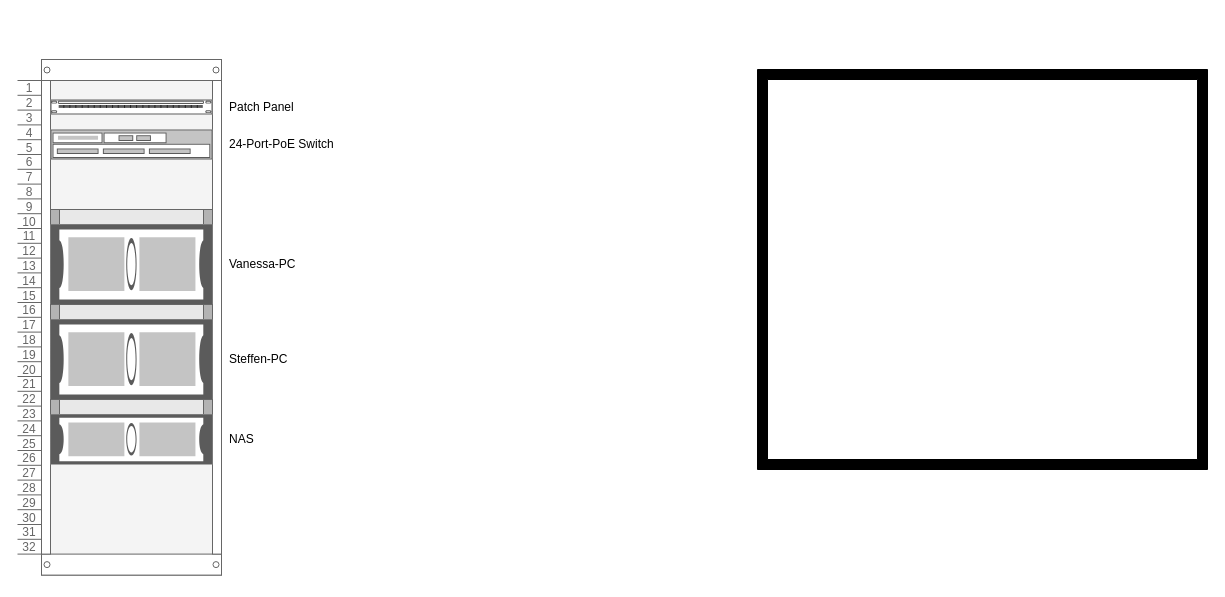
This is Homelab.drawio from nerdboxx/draw.io, a draw.io file, before an edit. Source tidied: cells renumbered, new cells numbered last; positions are measured from the earlier drawing's top-left corner, leaving out a move shared by most shapes. Both pictures are drawn from the tidied source at 100%, with x=0, y=0 at pixel (17, 59).
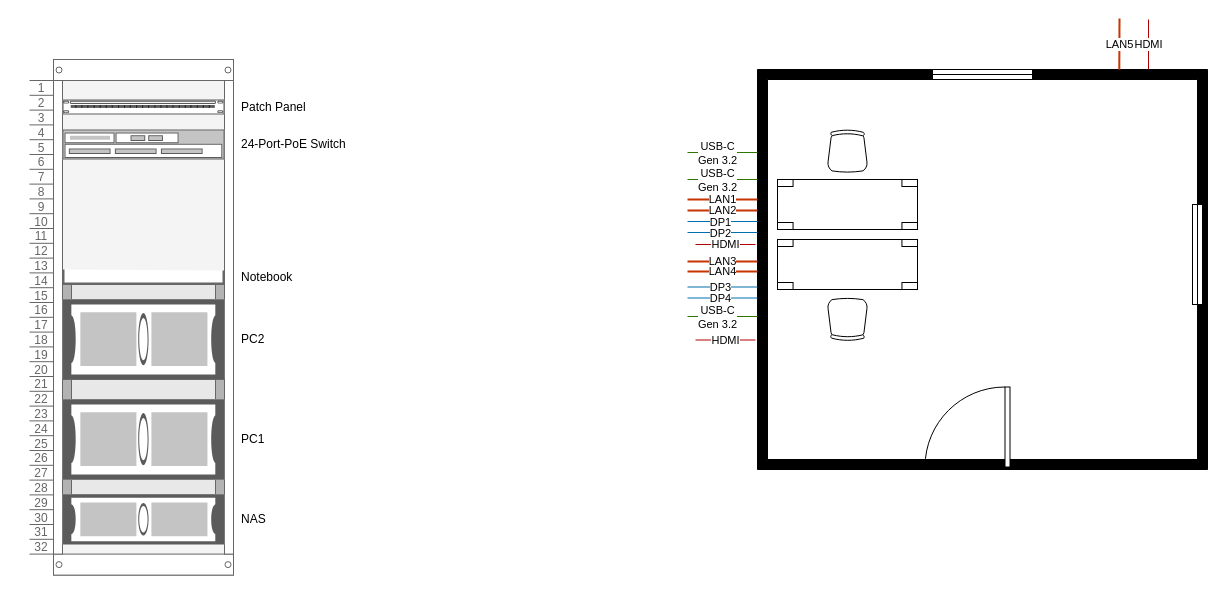
The same diagram, later.

What changed in the source:
```diff
@@
     <mxCell id="2" style="strokeColor=#666666;html=1;verticalLabelPosition=bottom;labelBackgroundColor=#ffffff;verticalAlign=top;shadow=0;dashed=0;shape=mxgraph.rackGeneral.rackCabinet3;fillColor2=#f4f4f4;allowGaps=1;textColor=#666666;numDisp=ascend;" parent="1" vertex="1">
-      <mxGeometry width="204" height="520" as="geometry" />
+      <mxGeometry x="12" width="204" height="520" as="geometry" />
     </mxCell>
@@
+    <mxCell id="12" value="Notebook" style="strokeColor=#666666;html=1;labelPosition=right;align=left;spacingLeft=15;shadow=0;dashed=0;shape=mxgraph.rackGeneral.shelf;" parent="2" vertex="1">
+      <mxGeometry x="33" y="210" width="162" height="15" as="geometry" />
+    </mxCell>
     <mxCell id="5" style="strokeColor=#666666;html=1;labelPosition=right;align=left;spacingLeft=15;shadow=0;dashed=0;shape=mxgraph.rackGeneral.plate;fillColor=#e8e8e8;" parent="2" vertex="1">
-      <mxGeometry x="33" y="150" width="162" height="15" as="geometry" />
+      <mxGeometry x="33" y="225" width="162" height="15" as="geometry" />
     </mxCell>
-    <mxCell id="6" value="Vanessa-PC" style="strokeColor=#666666;html=1;labelPosition=right;align=left;spacingLeft=15;shadow=0;dashed=0;shape=mxgraph.rack.general.1u_rack_server;" parent="2" vertex="1">
-      <mxGeometry x="33" y="165" width="162" height="80" as="geometry" />
+    <mxCell id="6" value="PC2" style="strokeColor=#666666;html=1;labelPosition=right;align=left;spacingLeft=15;shadow=0;dashed=0;shape=mxgraph.rack.general.1u_rack_server;" parent="2" vertex="1">
+      <mxGeometry x="33" y="240" width="162" height="80" as="geometry" />
     </mxCell>
+    <mxCell id="9" style="strokeColor=#666666;html=1;labelPosition=right;align=left;spacingLeft=15;shadow=0;dashed=0;shape=mxgraph.rackGeneral.plate;fillColor=#e8e8e8;" parent="2" vertex="1">
+      <mxGeometry x="33" y="420" width="162" height="15" as="geometry" />
+    </mxCell>
     <mxCell id="7" style="strokeColor=#666666;html=1;labelPosition=right;align=left;spacingLeft=15;shadow=0;dashed=0;shape=mxgraph.rackGeneral.plate;fillColor=#e8e8e8;" parent="2" vertex="1">
-      <mxGeometry x="33" y="245" width="162" height="15" as="geometry" />
+      <mxGeometry x="33" y="320" width="162" height="20" as="geometry" />
     </mxCell>
-    <mxCell id="8" value="Steffen-PC" style="strokeColor=#666666;html=1;labelPosition=right;align=left;spacingLeft=15;shadow=0;dashed=0;shape=mxgraph.rack.general.1u_rack_server;" parent="2" vertex="1">
-      <mxGeometry x="33" y="260" width="162" height="80" as="geometry" />
+    <mxCell id="8" value="PC1" style="strokeColor=#666666;html=1;labelPosition=right;align=left;spacingLeft=15;shadow=0;dashed=0;shape=mxgraph.rack.general.1u_rack_server;" parent="2" vertex="1">
+      <mxGeometry x="33" y="340" width="162" height="80" as="geometry" />
     </mxCell>
-    <mxCell id="9" style="strokeColor=#666666;html=1;labelPosition=right;align=left;spacingLeft=15;shadow=0;dashed=0;shape=mxgraph.rackGeneral.plate;fillColor=#e8e8e8;" parent="2" vertex="1">
-      <mxGeometry x="33" y="340" width="162" height="15" as="geometry" />
-    </mxCell>
     <mxCell id="10" value="NAS" style="strokeColor=#666666;html=1;labelPosition=right;align=left;spacingLeft=15;shadow=0;dashed=0;shape=mxgraph.rack.general.1u_rack_server;" parent="2" vertex="1">
-      <mxGeometry x="33" y="355" width="162" height="50" as="geometry" />
+      <mxGeometry x="33" y="435" width="162" height="50" as="geometry" />
     </mxCell>
@@
+    <mxCell id="13" style="verticalLabelPosition=bottom;html=1;verticalAlign=top;align=center;shape=mxgraph.floorplan.doorRight;rotation=90;" parent="1" vertex="1">
+      <mxGeometry x="910" y="325" width="80" height="85" as="geometry" />
+    </mxCell>
+    <mxCell id="14" style="verticalLabelPosition=bottom;html=1;verticalAlign=top;align=center;shape=mxgraph.floorplan.window;" parent="1" vertex="1">
+      <mxGeometry x="915" y="10" width="100" height="10" as="geometry" />
+    </mxCell>
+    <mxCell id="15" style="verticalLabelPosition=bottom;html=1;verticalAlign=top;align=center;shape=mxgraph.floorplan.window;rotation=90;" parent="1" vertex="1">
+      <mxGeometry x="1130" y="190" width="100" height="10" as="geometry" />
+    </mxCell>
+    <mxCell id="16" style="verticalLabelPosition=bottom;html=1;verticalAlign=top;align=center;shape=mxgraph.floorplan.table;" parent="1" vertex="1">
+      <mxGeometry x="760" y="120" width="140" height="50" as="geometry" />
+    </mxCell>
+    <mxCell id="17" style="verticalLabelPosition=bottom;html=1;verticalAlign=top;align=center;shape=mxgraph.floorplan.table;rotation=-180;" parent="1" vertex="1">
+      <mxGeometry x="760" y="180" width="140" height="50" as="geometry" />
+    </mxCell>
+    <mxCell id="18" style="verticalLabelPosition=bottom;html=1;verticalAlign=top;align=center;shape=mxgraph.floorplan.office_chair;" parent="1" vertex="1">
+      <mxGeometry x="810" y="70" width="40" height="43" as="geometry" />
+    </mxCell>
+    <mxCell id="19" style="verticalLabelPosition=bottom;html=1;verticalAlign=top;align=center;shape=mxgraph.floorplan.office_chair;rotation=-180;" parent="1" vertex="1">
+      <mxGeometry x="810" y="238.5" width="40" height="43" as="geometry" />
+    </mxCell>
+    <mxCell id="20" value="LAN1" style="endArrow=none;html=1;rounded=0;fillColor=#fa6800;strokeColor=#C73500;strokeWidth=2;" parent="1" edge="1">
+      <mxGeometry relative="1" as="geometry">
+        <mxPoint x="670" y="140" as="sourcePoint" />
+        <mxPoint x="740" y="140" as="targetPoint" />
+      </mxGeometry>
+    </mxCell>
+    <mxCell id="21" value="LAN2" style="endArrow=none;html=1;rounded=0;fillColor=#fa6800;strokeColor=#C73500;strokeWidth=2;" parent="1" edge="1">
+      <mxGeometry relative="1" as="geometry">
+        <mxPoint x="670" y="151" as="sourcePoint" />
+        <mxPoint x="740" y="151" as="targetPoint" />
+      </mxGeometry>
+    </mxCell>
+    <mxCell id="22" value="LAN3" style="endArrow=none;html=1;rounded=0;fillColor=#fa6800;strokeColor=#C73500;strokeWidth=2;" parent="1" edge="1">
+      <mxGeometry relative="1" as="geometry">
+        <mxPoint x="670" y="202" as="sourcePoint" />
+        <mxPoint x="740" y="202" as="targetPoint" />
+      </mxGeometry>
+    </mxCell>
+    <mxCell id="23" value="LAN4" style="endArrow=none;html=1;rounded=0;fillColor=#fa6800;strokeColor=#C73500;strokeWidth=2;" parent="1" edge="1">
+      <mxGeometry relative="1" as="geometry">
+        <mxPoint x="670" y="212" as="sourcePoint" />
+        <mxPoint x="740" y="212" as="targetPoint" />
+      </mxGeometry>
+    </mxCell>
+    <mxCell id="24" value="LAN5" style="endArrow=none;html=1;rounded=0;fillColor=#fa6800;strokeColor=#C73500;strokeWidth=2;entryX=0.733;entryY=0.028;entryDx=0;entryDy=0;entryPerimeter=0;" parent="1" edge="1">
+      <mxGeometry relative="1" as="geometry">
+        <mxPoint x="1102" y="-41" as="sourcePoint" />
+        <mxPoint x="1101.8" y="10.2" as="targetPoint" />
+      </mxGeometry>
+    </mxCell>
+    <mxCell id="25" style="endArrow=none;html=1;rounded=0;fillColor=#1ba1e2;strokeColor=#006EAF;" parent="1" edge="1">
+      <mxGeometry relative="1" as="geometry">
+        <mxPoint x="670" y="162" as="sourcePoint" />
+        <mxPoint x="740" y="162" as="targetPoint" />
+      </mxGeometry>
+    </mxCell>
+    <mxCell id="26" value="DP1" style="edgeLabel;html=1;align=center;verticalAlign=middle;" parent="25" vertex="1">
+      <mxGeometry x="-0.09" relative="1" as="geometry" />
+    </mxCell>
+    <mxCell id="27" style="endArrow=none;html=1;rounded=0;fillColor=#1ba1e2;strokeColor=#006EAF;" parent="1" edge="1">
+      <mxGeometry relative="1" as="geometry">
+        <mxPoint x="670" y="173" as="sourcePoint" />
+        <mxPoint x="740" y="173" as="targetPoint" />
+      </mxGeometry>
+    </mxCell>
+    <mxCell id="28" value="DP2" style="edgeLabel;html=1;align=center;verticalAlign=middle;" parent="27" vertex="1">
+      <mxGeometry x="-0.09" relative="1" as="geometry" />
+    </mxCell>
+    <mxCell id="29" style="endArrow=none;html=1;rounded=0;fillColor=#1ba1e2;strokeColor=#006EAF;" parent="1" edge="1">
+      <mxGeometry relative="1" as="geometry">
+        <mxPoint x="670" y="227.5" as="sourcePoint" />
+        <mxPoint x="740" y="227.5" as="targetPoint" />
+      </mxGeometry>
+    </mxCell>
+    <mxCell id="30" value="DP3" style="edgeLabel;html=1;align=center;verticalAlign=middle;" parent="29" vertex="1">
+      <mxGeometry x="-0.09" relative="1" as="geometry" />
+    </mxCell>
+    <mxCell id="31" style="endArrow=none;html=1;rounded=0;fillColor=#1ba1e2;strokeColor=#006EAF;" parent="1" edge="1">
+      <mxGeometry relative="1" as="geometry">
+        <mxPoint x="670" y="238.5" as="sourcePoint" />
+        <mxPoint x="740" y="238.5" as="targetPoint" />
+      </mxGeometry>
+    </mxCell>
+    <mxCell id="32" value="DP4" style="edgeLabel;html=1;align=center;verticalAlign=middle;" parent="31" vertex="1">
+      <mxGeometry x="-0.09" relative="1" as="geometry" />
+    </mxCell>
+    <mxCell id="33" style="endArrow=none;html=1;rounded=0;fillColor=#60a917;strokeColor=#2D7600;" parent="1" edge="1">
+      <mxGeometry relative="1" as="geometry">
+        <mxPoint x="670" y="120" as="sourcePoint" />
+        <mxPoint x="740" y="120" as="targetPoint" />
+      </mxGeometry>
+    </mxCell>
+    <mxCell id="34" value="USB-C&lt;div&gt;Gen 3.2&lt;/div&gt;" style="edgeLabel;html=1;align=center;verticalAlign=middle;" parent="33" vertex="1">
+      <mxGeometry x="-0.17" relative="1" as="geometry" />
+    </mxCell>
+    <mxCell id="35" style="endArrow=none;html=1;rounded=0;fillColor=#60a917;strokeColor=#2D7600;" parent="1" edge="1">
+      <mxGeometry relative="1" as="geometry">
+        <mxPoint x="670" y="257" as="sourcePoint" />
+        <mxPoint x="740" y="257" as="targetPoint" />
+      </mxGeometry>
+    </mxCell>
+    <mxCell id="36" value="USB-C&lt;div&gt;Gen 3.2&lt;/div&gt;" style="edgeLabel;html=1;align=center;verticalAlign=middle;" parent="35" vertex="1">
+      <mxGeometry x="-0.17" relative="1" as="geometry" />
+    </mxCell>
+    <mxCell id="37" style="endArrow=none;html=1;rounded=0;fillColor=#60a917;strokeColor=#2D7600;" parent="1" edge="1">
+      <mxGeometry relative="1" as="geometry">
+        <mxPoint x="670" y="93" as="sourcePoint" />
+        <mxPoint x="740" y="93" as="targetPoint" />
+      </mxGeometry>
+    </mxCell>
+    <mxCell id="38" value="USB-C&lt;div&gt;Gen 3.2&lt;/div&gt;" style="edgeLabel;html=1;align=center;verticalAlign=middle;" parent="37" vertex="1">
+      <mxGeometry x="-0.17" relative="1" as="geometry" />
+    </mxCell>
+    <mxCell id="39" value="HDMI" style="endArrow=none;html=1;rounded=0;fillColor=#e51400;strokeColor=#B20000;" parent="1" edge="1">
+      <mxGeometry relative="1" as="geometry">
+        <mxPoint x="678" y="280.5" as="sourcePoint" />
+        <mxPoint x="738" y="280.5" as="targetPoint" />
+      </mxGeometry>
+    </mxCell>
+    <mxCell id="40" value="HDMI" style="endArrow=none;html=1;rounded=0;fillColor=#e51400;strokeColor=#B20000;" parent="1" edge="1">
+      <mxGeometry relative="1" as="geometry">
+        <mxPoint x="678" y="185" as="sourcePoint" />
+        <mxPoint x="738" y="185" as="targetPoint" />
+      </mxGeometry>
+    </mxCell>
+    <mxCell id="41" value="HDMI" style="endArrow=none;html=1;rounded=0;fillColor=#e51400;strokeColor=#B20000;" parent="1" edge="1">
+      <mxGeometry relative="1" as="geometry">
+        <mxPoint x="1131" y="-40" as="sourcePoint" />
+        <mxPoint x="1131" y="10" as="targetPoint" />
+      </mxGeometry>
+    </mxCell>
```
